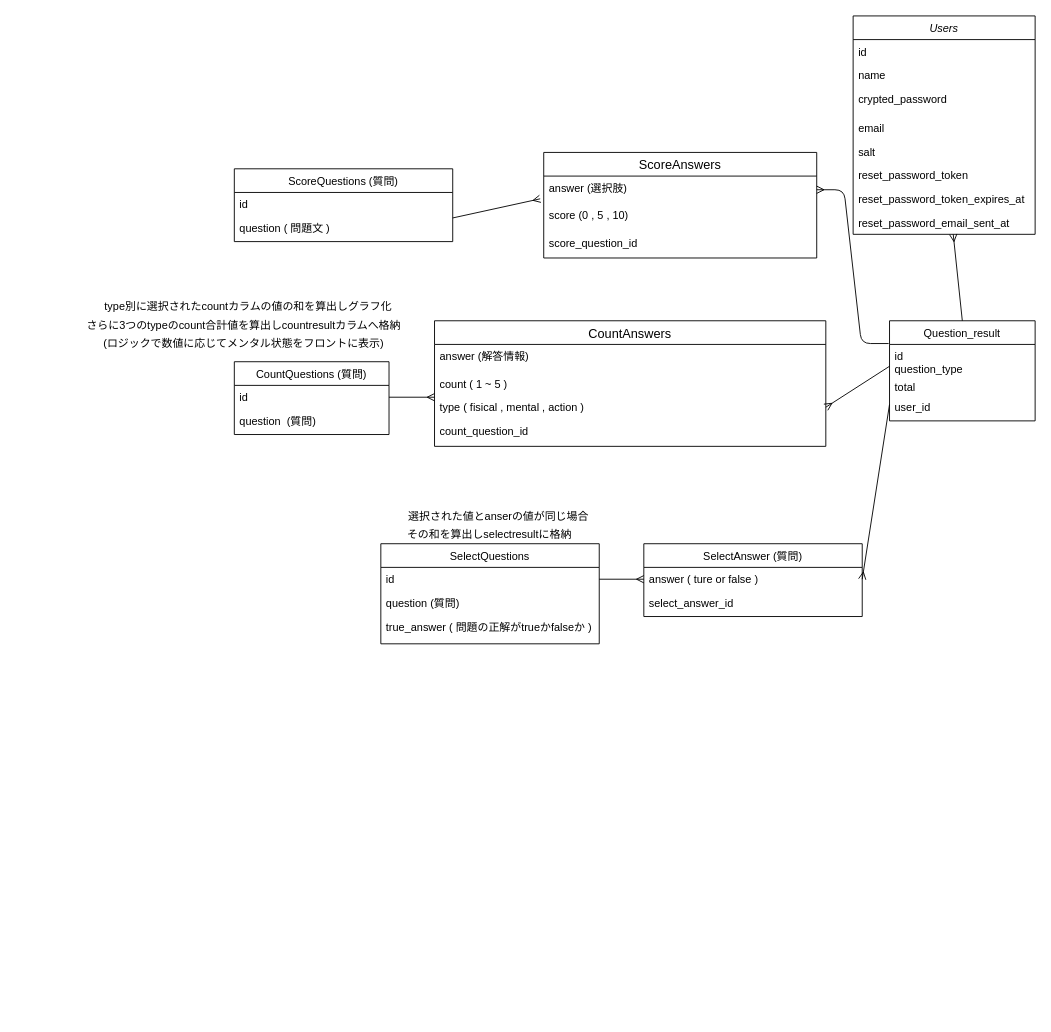
ko-suke1016/IKEMENTAL keeps this draw.io diagram as Untitled Diagram.drawio. Above is the earlier version. Source tidied: cells renumbered, new cells numbered last; positions are measured from the earlier drawing's top-left corner, leaving out a move shared by most shapes. Both pictures are drawn from the tidied source at 91%, with x=0, y=0 at pixel (15, 15).
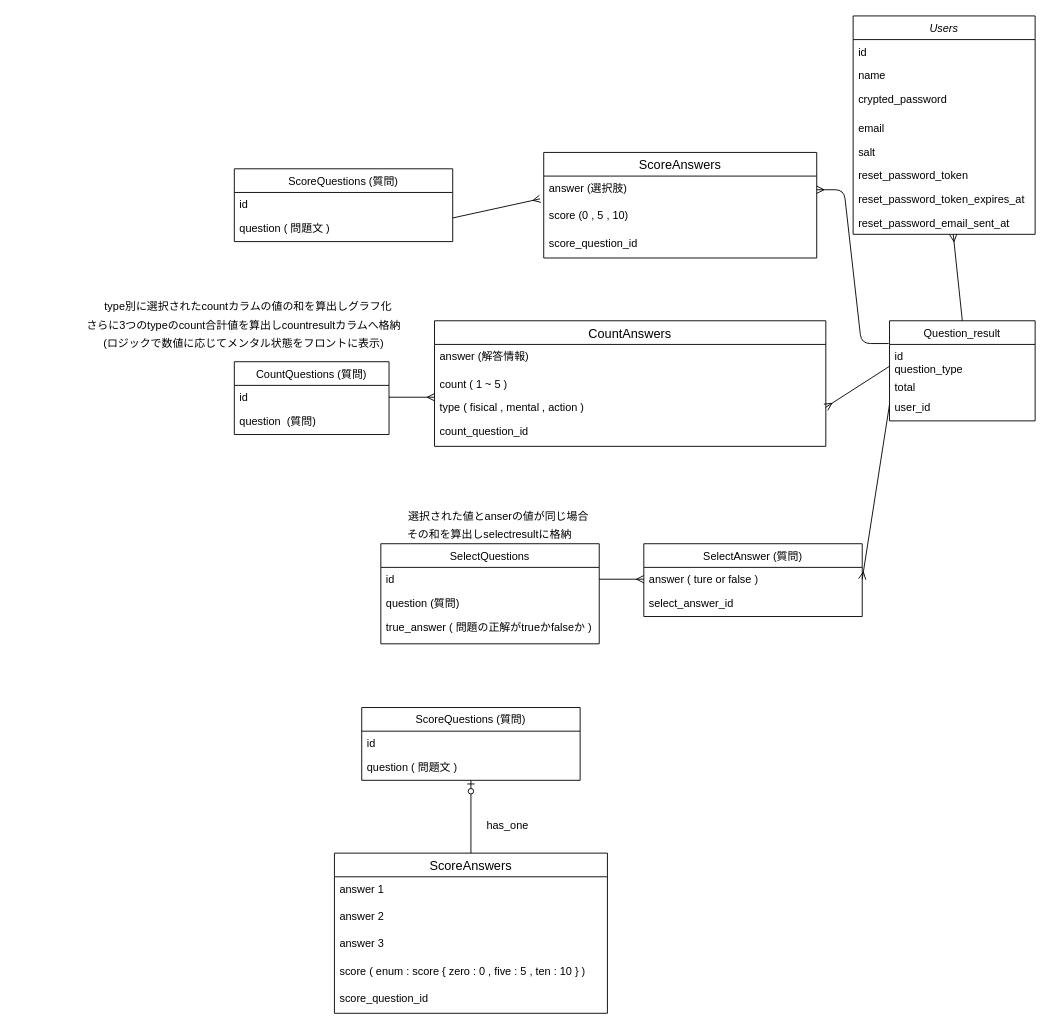
Above is the later version.

The edit, as a diff of the source:
```diff
@@
+    <mxCell id="51" value="ScoreQuestions (質問)" style="swimlane;fontStyle=0;align=center;verticalAlign=top;horizontal=1;startSize=26;rounded=0;shadow=0;strokeWidth=1;" parent="1" vertex="1">
+      <mxGeometry x="380" y="760" width="240" height="80" as="geometry" />
+    </mxCell>
+    <mxCell id="52" value="id" style="text;align=left;verticalAlign=top;spacingLeft=4;spacingRight=4;overflow=hidden;" parent="51" vertex="1">
+      <mxGeometry y="26" width="240" height="26" as="geometry" />
+    </mxCell>
+    <mxCell id="53" value="question ( 問題文 )" style="text;align=left;verticalAlign=top;spacingLeft=4;spacingRight=4;overflow=hidden;rounded=0;shadow=0;html=0;" parent="51" vertex="1">
+      <mxGeometry y="52" width="240" height="20" as="geometry" />
+    </mxCell>
+    <mxCell id="54" value="ScoreAnswers" style="swimlane;fontStyle=0;horizontal=1;startSize=26;align=center;fontSize=14;" parent="1" vertex="1">
+      <mxGeometry x="350" y="920" width="300" height="176" as="geometry" />
+    </mxCell>
+    <mxCell id="55" value="answer 1" style="text;strokeColor=none;fillColor=none;spacingLeft=4;spacingRight=4;overflow=hidden;fontSize=12;" parent="54" vertex="1">
+      <mxGeometry y="26" width="300" height="30" as="geometry" />
+    </mxCell>
+    <mxCell id="56" value="answer 2" style="text;strokeColor=none;fillColor=none;spacingLeft=4;spacingRight=4;overflow=hidden;fontSize=12;" parent="54" vertex="1">
+      <mxGeometry y="56" width="300" height="30" as="geometry" />
+    </mxCell>
+    <mxCell id="57" value="answer 3" style="text;strokeColor=none;fillColor=none;spacingLeft=4;spacingRight=4;overflow=hidden;fontSize=12;" parent="54" vertex="1">
+      <mxGeometry y="86" width="300" height="30" as="geometry" />
+    </mxCell>
+    <mxCell id="58" value="score ( enum : score { zero : 0 , five : 5 , ten : 10 } )" style="text;strokeColor=none;fillColor=none;spacingLeft=4;spacingRight=4;overflow=hidden;fontSize=12;" parent="54" vertex="1">
+      <mxGeometry y="116" width="300" height="30" as="geometry" />
+    </mxCell>
+    <mxCell id="59" value="score_question_id" style="text;strokeColor=none;fillColor=none;spacingLeft=4;spacingRight=4;overflow=hidden;fontSize=12;" parent="54" vertex="1">
+      <mxGeometry y="146" width="300" height="30" as="geometry" />
+    </mxCell>
+    <mxCell id="60" style="fontSize=12;html=1;endArrow=ERzeroToOne;endFill=1;entryX=0.5;entryY=1;entryDx=0;entryDy=0;exitX=0.5;exitY=0;exitDx=0;exitDy=0;" parent="1" edge="1" source="54" target="51">
+      <mxGeometry relative="1" as="geometry" />
+    </mxCell>
+    <mxCell id="61" value="has_one" style="text;html=1;align=center;verticalAlign=middle;strokeColor=none;" parent="1" vertex="1">
+      <mxGeometry x="510" y="880" width="60" height="20" as="geometry" />
+    </mxCell>
```
